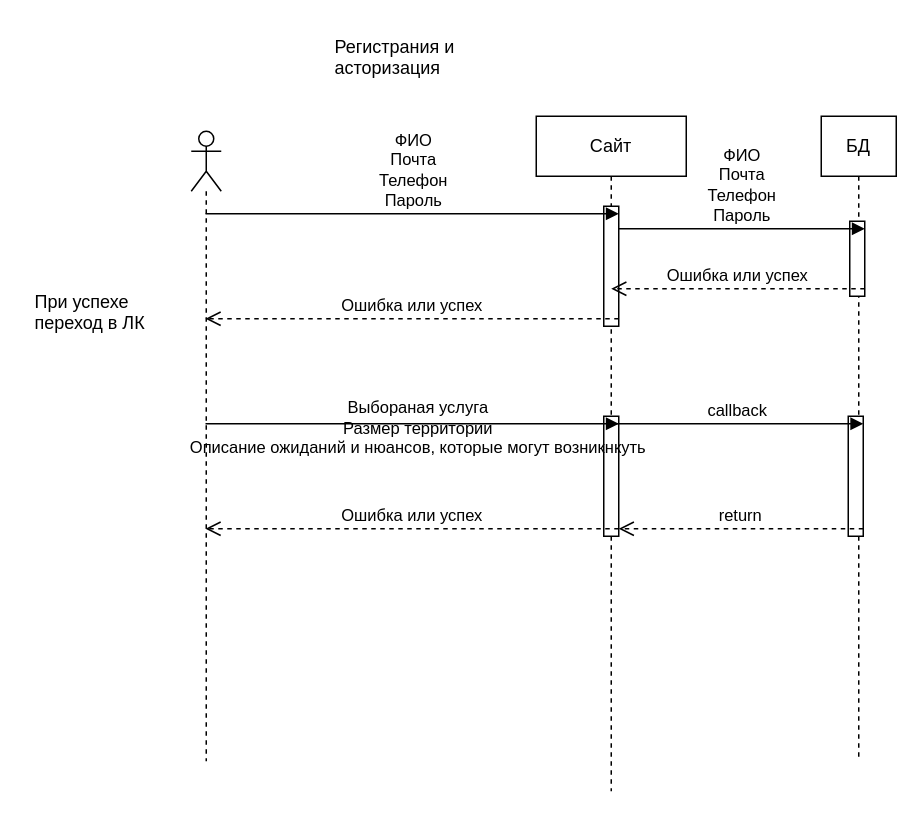
Earlier version of the draw.io diagram page "личный кабинет" (2 of 2) of Диаграмма без названия.drawio (SharkDeveloper/Cleaning_company). Source tidied: cells renumbered, new cells numbered last; positions are measured from the earlier drawing's top-left corner, leaving out a move shared by most shapes. Both pictures are drawn from the tidied source at 150%, with x=0, y=0 at pixel (26, 26).
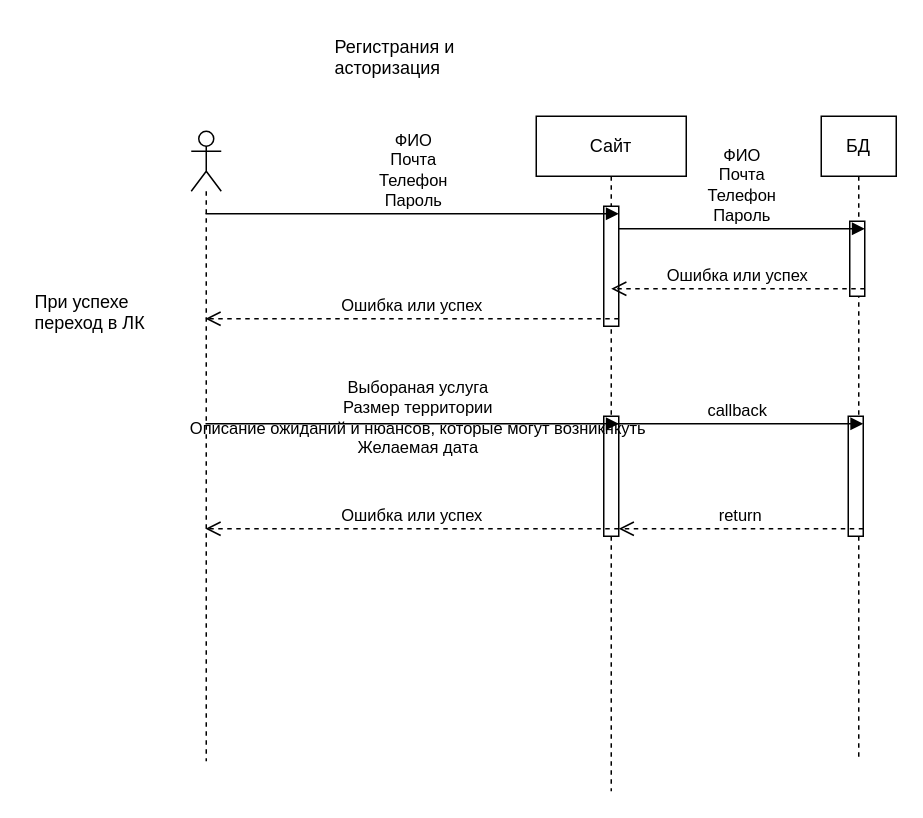
The same page after the edit.

Commit message (it also covers changes not shown here):
Добавление зависимостей

Diff of the diagram source:
```diff
@@
 <mxGraphModel>
   <root>
     <mxCell id="0" />
     <mxCell id="1" parent="0" />
     <mxCell id="2" style="shape=umlLifeline;perimeter=lifelinePerimeter;whiteSpace=wrap;html=1;outlineConnect=0;portConstraint=eastwest;newEdgeStyle={&quot;curved&quot;:0,&quot;rounded&quot;:0};participant=umlActor;" parent="1" vertex="1">
       <mxGeometry x="110" y="70" width="20" height="420" as="geometry" />
     </mxCell>
     <mxCell id="3" value="Сайт" style="shape=umlLifeline;perimeter=lifelinePerimeter;whiteSpace=wrap;html=1;outlineConnect=0;portConstraint=eastwest;newEdgeStyle={&quot;curved&quot;:0,&quot;rounded&quot;:0};" parent="1" vertex="1">
       <mxGeometry x="340" y="60" width="100" height="450" as="geometry" />
     </mxCell>
     <mxCell id="4" style="html=1;points=[[0,0,0,0,5],[0,1,0,0,-5],[1,0,0,0,5],[1,1,0,0,-5]];perimeter=orthogonalPerimeter;outlineConnect=0;targetShapes=umlLifeline;portConstraint=eastwest;newEdgeStyle={&quot;curved&quot;:0,&quot;rounded&quot;:0};" parent="3" vertex="1">
       <mxGeometry x="45" y="60" width="10" height="80" as="geometry" />
     </mxCell>
     <mxCell id="5" style="html=1;points=[[0,0,0,0,5],[0,1,0,0,-5],[1,0,0,0,5],[1,1,0,0,-5]];perimeter=orthogonalPerimeter;outlineConnect=0;targetShapes=umlLifeline;portConstraint=eastwest;newEdgeStyle={&quot;curved&quot;:0,&quot;rounded&quot;:0};" parent="3" vertex="1">
       <mxGeometry x="45" y="200" width="10" height="80" as="geometry" />
     </mxCell>
     <mxCell id="6" value="ФИО&lt;br&gt;Почта&lt;br&gt;Телефон&lt;br&gt;Пароль" style="html=1;verticalAlign=bottom;endArrow=block;curved=0;rounded=0;entryX=1;entryY=0;entryDx=0;entryDy=5;" parent="1" edge="1" source="2" target="4">
       <mxGeometry relative="1" as="geometry" />
     </mxCell>
     <mxCell id="7" value="Ошибка или успех" style="html=1;verticalAlign=bottom;endArrow=open;dashed=1;endSize=8;curved=0;rounded=0;exitX=1;exitY=1;exitDx=0;exitDy=-5;" parent="1" edge="1" source="4" target="2">
       <mxGeometry relative="1" as="geometry" />
     </mxCell>
     <mxCell id="8" value="БД" style="shape=umlLifeline;whiteSpace=wrap;html=1;newEdgeStyle={&quot;curved&quot;:0,&quot;rounded&quot;:0};participant=label;targetShapes=umlLifeline;perimeter=rectanglePerimeter;" parent="1" vertex="1">
       <mxGeometry x="530" y="60" width="50" height="430" as="geometry" />
     </mxCell>
     <mxCell id="9" style="html=1;points=[[0,0,0,0,5],[0,1,0,0,-5],[1,0,0,0,5],[1,1,0,0,-5]];perimeter=orthogonalPerimeter;outlineConnect=0;targetShapes=umlLifeline;portConstraint=eastwest;newEdgeStyle={&quot;curved&quot;:0,&quot;rounded&quot;:0};" parent="8" vertex="1">
       <mxGeometry x="19" y="70" width="10" height="50" as="geometry" />
     </mxCell>
     <mxCell id="10" style="html=1;points=[[0,0,0,0,5],[0,1,0,0,-5],[1,0,0,0,5],[1,1,0,0,-5]];perimeter=orthogonalPerimeter;outlineConnect=0;targetShapes=umlLifeline;portConstraint=eastwest;newEdgeStyle={&quot;curved&quot;:0,&quot;rounded&quot;:0};" parent="8" vertex="1">
       <mxGeometry x="18" y="200" width="10" height="80" as="geometry" />
     </mxCell>
     <mxCell id="11" value="ФИО&lt;br style=&quot;border-color: var(--border-color);&quot;&gt;Почта&lt;br style=&quot;border-color: var(--border-color);&quot;&gt;Телефон&lt;br style=&quot;border-color: var(--border-color);&quot;&gt;Пароль" style="html=1;verticalAlign=bottom;endArrow=block;curved=0;rounded=0;entryX=1;entryY=0;entryDx=0;entryDy=5;" parent="1" edge="1" source="4" target="9">
       <mxGeometry relative="1" as="geometry" />
     </mxCell>
     <mxCell id="12" value="Ошибка или успех" style="html=1;verticalAlign=bottom;endArrow=open;dashed=1;endSize=8;curved=0;rounded=0;exitX=1;exitY=1;exitDx=0;exitDy=-5;" parent="1" edge="1" source="9">
       <mxGeometry x="0.01" relative="1" as="geometry">
         <mxPoint x="390" y="175" as="targetPoint" />
       </mxGeometry>
     </mxCell>
     <mxCell id="13" value="При успехе переход в ЛК" style="text;strokeColor=none;fillColor=none;align=left;verticalAlign=top;spacingLeft=4;spacingRight=4;overflow=hidden;whiteSpace=wrap;html=1;" parent="1" vertex="1">
       <mxGeometry y="170" width="100" height="43" as="geometry" />
     </mxCell>
     <mxCell id="14" value="Регистрания и асторизация" style="text;strokeColor=none;fillColor=none;align=left;verticalAlign=top;spacingLeft=4;spacingRight=4;overflow=hidden;whiteSpace=wrap;html=1;" parent="1" vertex="1">
       <mxGeometry x="200" width="100" height="40" as="geometry" />
     </mxCell>
-    <mxCell id="15" value="Выбораная услуга&lt;br&gt;Размер территории&lt;br&gt;Описание ожиданий и нюансов, которые могут возникнкуть" style="html=1;verticalAlign=bottom;endArrow=block;curved=0;rounded=0;entryX=1;entryY=0;entryDx=0;entryDy=5;labelBackgroundColor=none;" parent="1" edge="1" source="2" target="5">
+    <mxCell id="15" value="Выбораная услуга&lt;br&gt;Размер территории&lt;br&gt;Описание ожиданий и нюансов, которые могут возникнкуть&lt;br&gt;Желаемая дата" style="html=1;verticalAlign=bottom;endArrow=block;curved=0;rounded=0;entryX=1;entryY=0;entryDx=0;entryDy=5;labelBackgroundColor=none;" parent="1" edge="1" source="2" target="5">
       <mxGeometry x="0.02" y="-25" relative="1" as="geometry" />
     </mxCell>
     <mxCell id="16" value="Ошибка или успех" style="html=1;verticalAlign=bottom;endArrow=open;dashed=1;endSize=8;curved=0;rounded=0;exitX=1;exitY=1;exitDx=0;exitDy=-5;" parent="1" edge="1" source="5" target="2">
       <mxGeometry relative="1" as="geometry" />
     </mxCell>
     <mxCell id="17" value="callback" style="html=1;verticalAlign=bottom;endArrow=block;curved=0;rounded=0;entryX=1;entryY=0;entryDx=0;entryDy=5;" parent="1" edge="1" source="3" target="10">
       <mxGeometry relative="1" as="geometry" />
     </mxCell>
     <mxCell id="18" value="return" style="html=1;verticalAlign=bottom;endArrow=open;dashed=1;endSize=8;curved=0;rounded=0;exitX=1;exitY=1;exitDx=0;exitDy=-5;entryX=1;entryY=1;entryDx=0;entryDy=-5;entryPerimeter=0;" parent="1" edge="1" source="10" target="5">
       <mxGeometry relative="1" as="geometry" />
     </mxCell>
   </root>
 </mxGraphModel>
```
